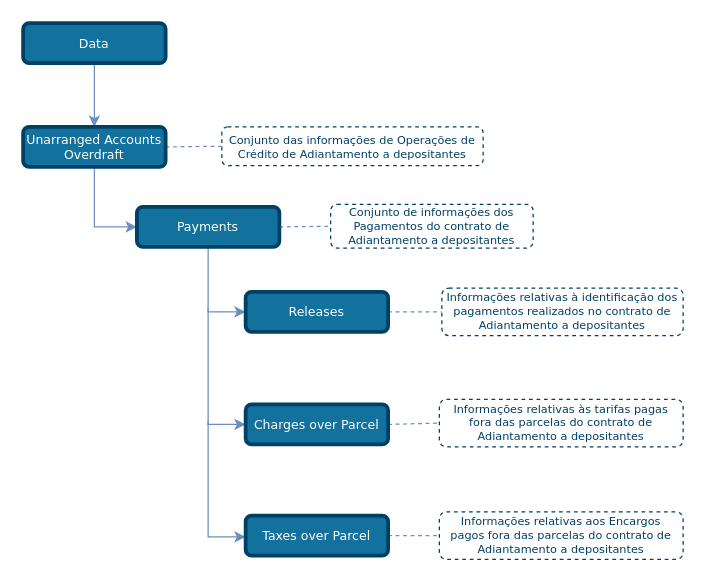
Earlier version of the draw.io diagram draw_io_diagrams/unarranged_accounts_overdraft/TLD_UnarrangedAccountsOverdraft_Payments.drawio (OpenBanking-Brasil/areadesenvolvedor). Source tidied: cells renumbered, new cells numbered last; positions are measured from the earlier drawing's top-left corner, leaving out a move shared by most shapes. Both pictures are drawn from the tidied source at 125%, with x=0, y=0 at pixel (22, 22).
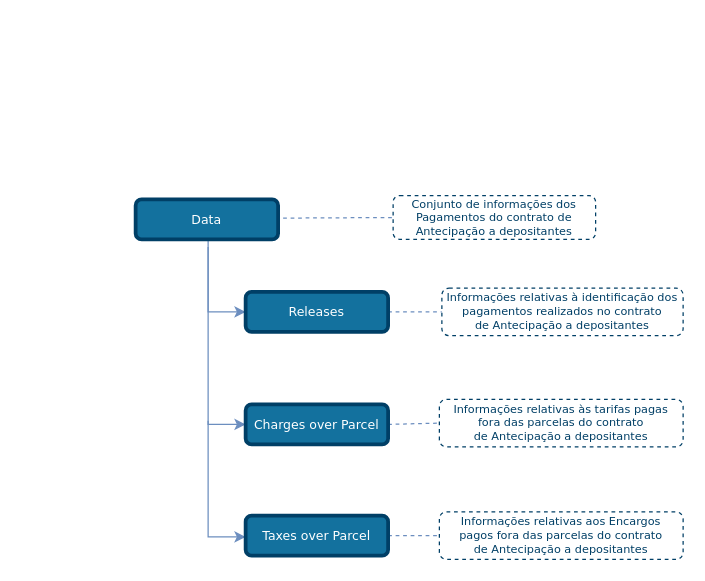
The same page after the edit.

Unchanged cells that the change refers to:
```xml
<mxCell id="14" value="Releases" style="rounded=1;whiteSpace=wrap;html=1;comic=0;shadow=0;backgroundOutline=0;snapToPoint=0;fixDash=0;strokeWidth=3;fontFamily=Verdana;fontStyle=0;labelBackgroundColor=none;labelBorderColor=none;fontSize=10;fillColor=#13719E;strokeColor=#003F66;fontColor=#ffffff;" parent="1" vertex="1">
  <mxGeometry x="178" y="215" width="114" height="32" as="geometry" />
</mxCell>
```

The edit, as a diff of the source:
```diff
@@
-    <mxCell id="2" style="edgeStyle=none;rounded=1;jettySize=auto;html=1;entryX=0;entryY=0.5;entryDx=0;entryDy=0;dashed=1;endArrow=none;endFill=0;endSize=6;strokeColor=#6C8EBF;exitX=1;exitY=0.5;exitDx=0;exitDy=0;" parent="1" edge="1" source="13" target="8">
-      <mxGeometry relative="1" as="geometry" />
+    <mxCell id="2" style="edgeStyle=none;rounded=1;jettySize=auto;html=1;entryX=0;entryY=0.5;entryDx=0;entryDy=0;dashed=1;endArrow=none;endFill=0;endSize=6;strokeColor=#6C8EBF;" parent="1" edge="1" target="8">
+      <mxGeometry relative="1" as="geometry">
+        <mxPoint x="208" y="156" as="sourcePoint" />
+      </mxGeometry>
     </mxCell>
-    <mxCell id="3" style="edgeStyle=orthogonalEdgeStyle;rounded=0;jettySize=auto;html=1;entryX=0.5;entryY=0;entryDx=0;entryDy=0;endSize=6;fillColor=#dae8fc;strokeColor=#6c8ebf;comic=0;shadow=0;backgroundOutline=0;snapToPoint=0;fixDash=0;endArrow=classic;endFill=1;exitX=0.5;exitY=1;exitDx=0;exitDy=0;" parent="1" edge="1" source="12" target="6">
-      <mxGeometry relative="1" as="geometry" />
-    </mxCell>
-    <mxCell id="4" style="edgeStyle=orthogonalEdgeStyle;rounded=0;jettySize=auto;html=1;exitX=0.5;exitY=1;exitDx=0;exitDy=0;entryX=0;entryY=0.5;entryDx=0;entryDy=0;strokeColor=#6C8EBF;endArrow=classic;endFill=1;" parent="1" edge="1" source="6" target="13">
-      <mxGeometry relative="1" as="geometry" />
-    </mxCell>
-    <mxCell id="5" style="edgeStyle=none;rounded=1;jettySize=auto;html=1;exitX=1;exitY=0.5;exitDx=0;exitDy=0;entryX=0;entryY=0.5;entryDx=0;entryDy=0;dashed=1;endArrow=none;endFill=0;endSize=6;strokeColor=#6C8EBF;" parent="1" edge="1" source="6" target="7">
-      <mxGeometry relative="1" as="geometry" />
-    </mxCell>
-    <mxCell id="6" value="Unarranged Accounts Overdraft" style="rounded=1;whiteSpace=wrap;html=1;comic=0;shadow=0;backgroundOutline=0;snapToPoint=0;fixDash=0;strokeWidth=3;fontFamily=Verdana;fontStyle=0;labelBackgroundColor=none;labelBorderColor=none;fontSize=10;fillColor=#13719E;strokeColor=#003F66;fontColor=#ffffff;" parent="1" vertex="1">
-      <mxGeometry y="83" width="114" height="32" as="geometry" />
-    </mxCell>
-    <mxCell id="7" value="&lt;font style=&quot;font-size: 9px&quot;&gt;Conjunto das informações de Operações de Crédito de Adiantamento a depositantes&lt;/font&gt;" style="rounded=1;whiteSpace=wrap;html=1;shadow=0;comic=0;strokeColor=#003F66;strokeWidth=1;fillColor=#ffffff;fontFamily=Verdana;fontSize=9;fontColor=#003F66;dashed=1;spacingLeft=5;spacing=0;spacingRight=5;spacingBottom=5;spacingTop=5;align=center;verticalAlign=middle;gradientColor=#ffffff;" parent="1" vertex="1">
-      <mxGeometry x="159" y="83" width="209" height="31" as="geometry" />
-    </mxCell>
-    <mxCell id="8" value="&lt;font style=&quot;font-size: 9px&quot;&gt;Conjunto de informações dos Pagamentos do contrato de Adiantamento a depositantes&lt;/font&gt;" style="rounded=1;whiteSpace=wrap;html=1;shadow=0;comic=0;strokeColor=#003F66;strokeWidth=1;fillColor=#ffffff;fontFamily=Verdana;fontSize=9;fontColor=#003F66;dashed=1;spacingLeft=5;spacing=0;spacingRight=5;spacingBottom=5;spacingTop=5;align=center;verticalAlign=middle;gradientColor=#ffffff;" parent="1" vertex="1">
-      <mxGeometry x="246" y="145" width="162" height="35" as="geometry" />
+    <mxCell id="8" value="&lt;font style=&quot;font-size: 9px&quot;&gt;Conjunto de informações dos Pagamentos do contrato de Antecipação a depositantes&lt;/font&gt;" style="rounded=1;whiteSpace=wrap;html=1;shadow=0;comic=0;strokeColor=#003F66;strokeWidth=1;fillColor=#ffffff;fontFamily=Verdana;fontSize=9;fontColor=#003F66;dashed=1;spacingLeft=5;spacing=0;spacingRight=5;spacingBottom=5;spacingTop=5;align=center;verticalAlign=middle;gradientColor=#ffffff;" parent="1" vertex="1">
+      <mxGeometry x="296" y="138" width="162" height="35" as="geometry" />
     </mxCell>
@@
-    <mxCell id="10" value="&lt;font style=&quot;font-size: 9px&quot;&gt;Informações relativas à identificação dos pagamentos realizados no contrato de Adiantamento a depositantes&lt;/font&gt;" style="rounded=1;whiteSpace=wrap;html=1;shadow=0;comic=0;strokeColor=#003F66;strokeWidth=1;fillColor=#ffffff;fontFamily=Verdana;fontSize=9;fontColor=#003F66;dashed=1;spacingLeft=5;spacing=0;spacingRight=5;spacingBottom=5;spacingTop=5;align=center;verticalAlign=middle;gradientColor=#ffffff;" parent="1" vertex="1">
+    <mxCell id="10" value="&lt;font style=&quot;font-size: 9px&quot;&gt;Informações relativas à identificação dos pagamentos realizados no contrato de&amp;nbsp;&lt;/font&gt;Antecipação a depositantes" style="rounded=1;whiteSpace=wrap;html=1;shadow=0;comic=0;strokeColor=#003F66;strokeWidth=1;fillColor=#ffffff;fontFamily=Verdana;fontSize=9;fontColor=#003F66;dashed=1;spacingLeft=5;spacing=0;spacingRight=5;spacingBottom=5;spacingTop=5;align=center;verticalAlign=middle;gradientColor=#ffffff;" parent="1" vertex="1">
       <mxGeometry x="335" y="212" width="193" height="38" as="geometry" />
     </mxCell>
-    <mxCell id="11" style="edgeStyle=orthogonalEdgeStyle;rounded=0;jettySize=auto;html=1;exitX=0.5;exitY=1;exitDx=0;exitDy=0;entryX=0;entryY=0.5;entryDx=0;entryDy=0;strokeColor=#6C8EBF;endArrow=classic;endFill=1;" parent="1" edge="1" source="13" target="14">
-      <mxGeometry relative="1" as="geometry" />
+    <mxCell id="11" style="edgeStyle=orthogonalEdgeStyle;rounded=0;jettySize=auto;html=1;exitX=0.5;exitY=1;exitDx=0;exitDy=0;entryX=0;entryY=0.5;entryDx=0;entryDy=0;strokeColor=#6C8EBF;endArrow=classic;endFill=1;" parent="1" edge="1" target="14">
+      <mxGeometry relative="1" as="geometry">
+        <mxPoint x="148" y="179" as="sourcePoint" />
+        <Array as="points">
+          <mxPoint x="148" y="231" />
+        </Array>
+      </mxGeometry>
     </mxCell>
-    <mxCell id="12" value="Data" style="rounded=1;whiteSpace=wrap;html=1;comic=0;shadow=0;backgroundOutline=0;snapToPoint=0;fixDash=0;strokeWidth=3;fontFamily=Verdana;fontStyle=0;labelBackgroundColor=none;labelBorderColor=none;fontSize=10;fillColor=#13719E;strokeColor=#003F66;fontColor=#ffffff;" parent="1" vertex="1">
-      <mxGeometry width="114" height="32" as="geometry" />
-    </mxCell>
-    <mxCell id="13" value="Payments" style="rounded=1;whiteSpace=wrap;html=1;comic=0;shadow=0;backgroundOutline=0;snapToPoint=0;fixDash=0;strokeWidth=3;fontFamily=Verdana;fontStyle=0;labelBackgroundColor=none;labelBorderColor=none;fontSize=10;fillColor=#13719E;strokeColor=#003F66;fontColor=#ffffff;" parent="1" vertex="1">
-      <mxGeometry x="91" y="147" width="114" height="32" as="geometry" />
-    </mxCell>
@@
-    <mxCell id="16" value="&lt;font style=&quot;font-size: 9px&quot;&gt;Informações relativas às tarifas pagas fora das parcelas do contrato de Adiantamento a depositantes&lt;/font&gt;" style="rounded=1;whiteSpace=wrap;html=1;shadow=0;comic=0;strokeColor=#003F66;strokeWidth=1;fillColor=#ffffff;fontFamily=Verdana;fontSize=9;fontColor=#003F66;dashed=1;spacingLeft=5;spacing=0;spacingRight=5;spacingBottom=5;spacingTop=5;align=center;verticalAlign=middle;gradientColor=#ffffff;" parent="1" vertex="1">
+    <mxCell id="16" value="&lt;font style=&quot;font-size: 9px&quot;&gt;Informações relativas às tarifas pagas fora das parcelas do contrato de&amp;nbsp;&lt;/font&gt;Antecipação a depositantes" style="rounded=1;whiteSpace=wrap;html=1;shadow=0;comic=0;strokeColor=#003F66;strokeWidth=1;fillColor=#ffffff;fontFamily=Verdana;fontSize=9;fontColor=#003F66;dashed=1;spacingLeft=5;spacing=0;spacingRight=5;spacingBottom=5;spacingTop=5;align=center;verticalAlign=middle;gradientColor=#ffffff;" parent="1" vertex="1">
       <mxGeometry x="333" y="301" width="195" height="38" as="geometry" />
     </mxCell>
-    <mxCell id="17" style="edgeStyle=orthogonalEdgeStyle;rounded=0;orthogonalLoop=1;jettySize=auto;html=1;strokeColor=#6C8EBF;endArrow=classic;endFill=1;" parent="1" edge="1">
+    <mxCell id="17" style="edgeStyle=orthogonalEdgeStyle;rounded=0;jettySize=auto;html=1;strokeColor=#6C8EBF;endArrow=classic;endFill=1;exitX=0.5;exitY=1;exitDx=0;exitDy=0;" parent="1" edge="1" source="12">
       <mxGeometry relative="1" as="geometry">
-        <mxPoint x="148" y="228" as="sourcePoint" />
         <mxPoint x="178" y="321" as="targetPoint" />
         <Array as="points">
+          <mxPoint x="148" y="173" />
           <mxPoint x="148" y="321" />
         </Array>
       </mxGeometry>
     </mxCell>
@@
-    <mxCell id="20" value="&lt;font style=&quot;font-size: 9px&quot;&gt;Informações relativas aos Encargos pagos fora das parcelas do contrato de Adiantamento a depositantes&lt;/font&gt;" style="rounded=1;whiteSpace=wrap;html=1;shadow=0;comic=0;strokeColor=#003F66;strokeWidth=1;fillColor=#ffffff;fontFamily=Verdana;fontSize=9;fontColor=#003F66;dashed=1;spacingLeft=5;spacing=0;spacingRight=5;spacingBottom=5;spacingTop=5;align=center;verticalAlign=middle;gradientColor=#ffffff;" parent="1" vertex="1">
+    <mxCell id="20" value="&lt;font style=&quot;font-size: 9px&quot;&gt;Informações relativas aos Encargos pagos fora das parcelas do contrato de&amp;nbsp;&lt;/font&gt;Antecipação a depositantes" style="rounded=1;whiteSpace=wrap;html=1;shadow=0;comic=0;strokeColor=#003F66;strokeWidth=1;fillColor=#ffffff;fontFamily=Verdana;fontSize=9;fontColor=#003F66;dashed=1;spacingLeft=5;spacing=0;spacingRight=5;spacingBottom=5;spacingTop=5;align=center;verticalAlign=middle;gradientColor=#ffffff;" parent="1" vertex="1">
       <mxGeometry x="333" y="391" width="195" height="38" as="geometry" />
     </mxCell>
@@
+    <mxCell id="12" value="Data" style="rounded=1;whiteSpace=wrap;html=1;comic=0;shadow=0;backgroundOutline=0;snapToPoint=0;fixDash=0;strokeWidth=3;fontFamily=Verdana;fontStyle=0;labelBackgroundColor=none;labelBorderColor=none;fontSize=10;fillColor=#13719E;strokeColor=#003F66;fontColor=#ffffff;" parent="1" vertex="1">
+      <mxGeometry x="90" y="141" width="114" height="32" as="geometry" />
+    </mxCell>
```
